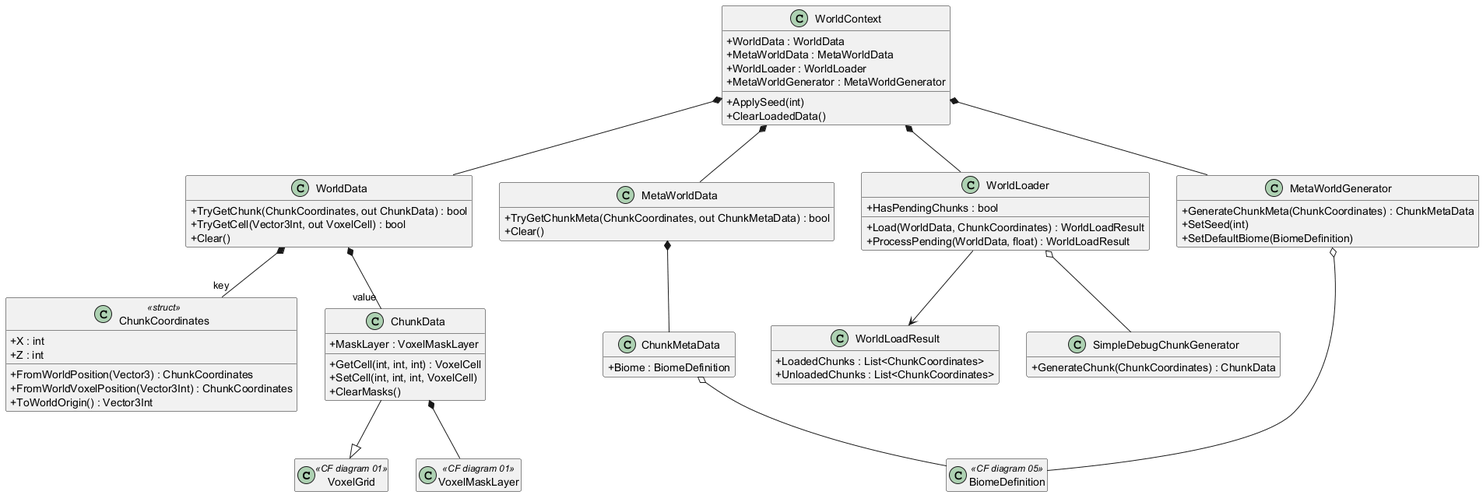
Above: Architecture/diagrams/World System.png in EreliaStudio/Erelia (PlantUML), before the change.
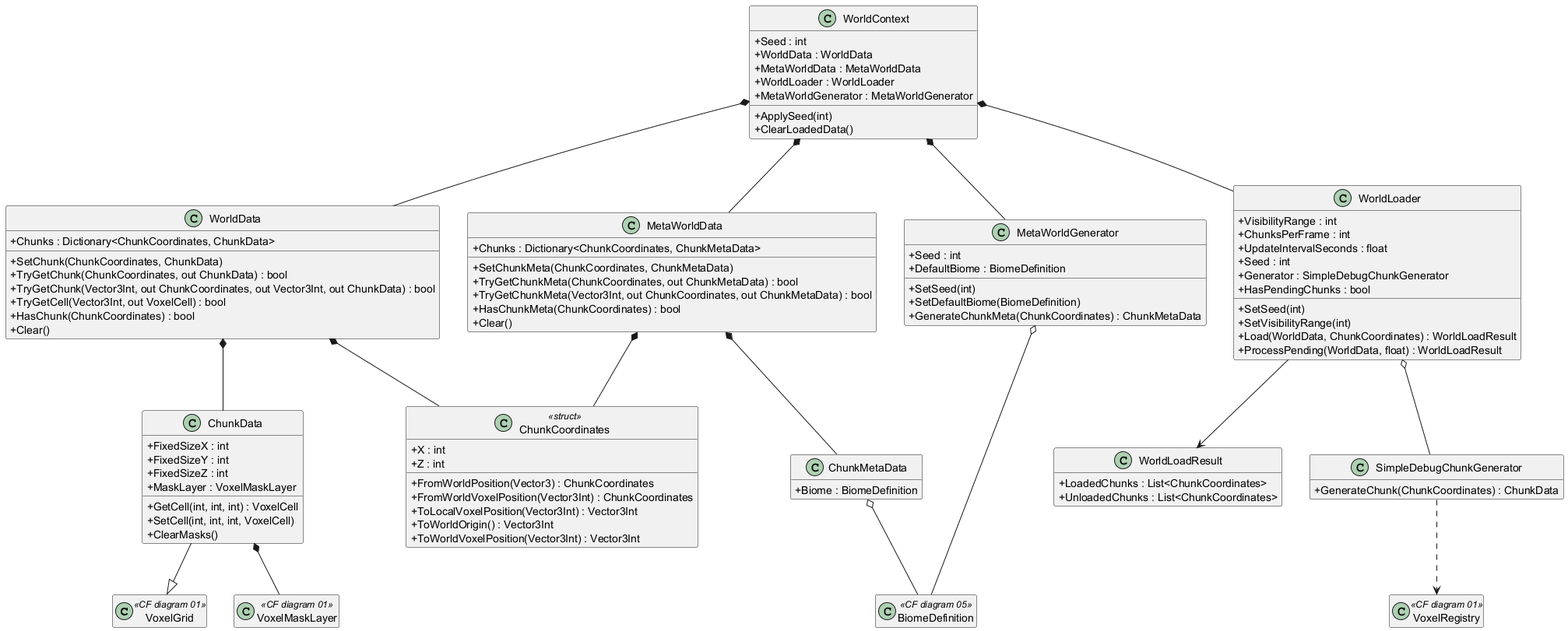
Later version of the same file.

Diff of the diagram source:
```diff
@@ -1,10 +1,12 @@
 @startuml World System
 
 skinparam classAttributeIconSize 0
+skinparam shadowing false
 hide empty members
 
 class VoxelGrid <<CF diagram 01>> {}
 class VoxelMaskLayer <<CF diagram 01>> {}
+class VoxelRegistry <<CF diagram 01>> {}
 class BiomeDefinition <<CF diagram 05>> {}
 
 class ChunkCoordinates <<struct>> {
@@ -12,10 +14,15 @@
   +Z : int
   +FromWorldPosition(Vector3) : ChunkCoordinates
   +FromWorldVoxelPosition(Vector3Int) : ChunkCoordinates
+  +ToLocalVoxelPosition(Vector3Int) : Vector3Int
   +ToWorldOrigin() : Vector3Int
+  +ToWorldVoxelPosition(Vector3Int) : Vector3Int
 }
 
 class ChunkData {
+  +FixedSizeX : int
+  +FixedSizeY : int
+  +FixedSizeZ : int
   +MaskLayer : VoxelMaskLayer
   +GetCell(int, int, int) : VoxelCell
   +SetCell(int, int, int, VoxelCell)
@@ -27,17 +34,26 @@
 }
 
 class WorldData {
+  +Chunks : Dictionary<ChunkCoordinates, ChunkData>
+  +SetChunk(ChunkCoordinates, ChunkData)
   +TryGetChunk(ChunkCoordinates, out ChunkData) : bool
+  +TryGetChunk(Vector3Int, out ChunkCoordinates, out Vector3Int, out ChunkData) : bool
   +TryGetCell(Vector3Int, out VoxelCell) : bool
+  +HasChunk(ChunkCoordinates) : bool
   +Clear()
 }
 
 class MetaWorldData {
+  +Chunks : Dictionary<ChunkCoordinates, ChunkMetaData>
+  +SetChunkMeta(ChunkCoordinates, ChunkMetaData)
   +TryGetChunkMeta(ChunkCoordinates, out ChunkMetaData) : bool
+  +TryGetChunkMeta(Vector3Int, out ChunkCoordinates, out ChunkMetaData) : bool
+  +HasChunkMeta(ChunkCoordinates) : bool
   +Clear()
 }
 
 class WorldContext {
+  +Seed : int
   +WorldData : WorldData
   +MetaWorldData : MetaWorldData
   +WorldLoader : WorldLoader
@@ -47,7 +63,14 @@
 }
 
 class WorldLoader {
+  +VisibilityRange : int
+  +ChunksPerFrame : int
+  +UpdateIntervalSeconds : float
+  +Seed : int
+  +Generator : SimpleDebugChunkGenerator
   +HasPendingChunks : bool
+  +SetSeed(int)
+  +SetVisibilityRange(int)
   +Load(WorldData, ChunkCoordinates) : WorldLoadResult
   +ProcessPending(WorldData, float) : WorldLoadResult
 }
@@ -62,17 +85,20 @@
 }
 
 class MetaWorldGenerator {
-  +GenerateChunkMeta(ChunkCoordinates) : ChunkMetaData
+  +Seed : int
+  +DefaultBiome : BiomeDefinition
   +SetSeed(int)
   +SetDefaultBiome(BiomeDefinition)
+  +GenerateChunkMeta(ChunkCoordinates) : ChunkMetaData
 }
 
 ChunkData --|> VoxelGrid
 ChunkData *-- VoxelMaskLayer
 ChunkMetaData o-- BiomeDefinition
-WorldData *-- "value" ChunkData
-WorldData *-- "key" ChunkCoordinates
+WorldData *-- ChunkData
+WorldData *-- ChunkCoordinates
 MetaWorldData *-- ChunkMetaData
+MetaWorldData *-- ChunkCoordinates
 WorldContext *-- WorldData
 WorldContext *-- MetaWorldData
 WorldContext *-- WorldLoader
@@ -80,5 +106,6 @@
 WorldLoader --> WorldLoadResult
 WorldLoader o-- SimpleDebugChunkGenerator
 MetaWorldGenerator o-- BiomeDefinition
+SimpleDebugChunkGenerator ..> VoxelRegistry
 
 @enduml
```
